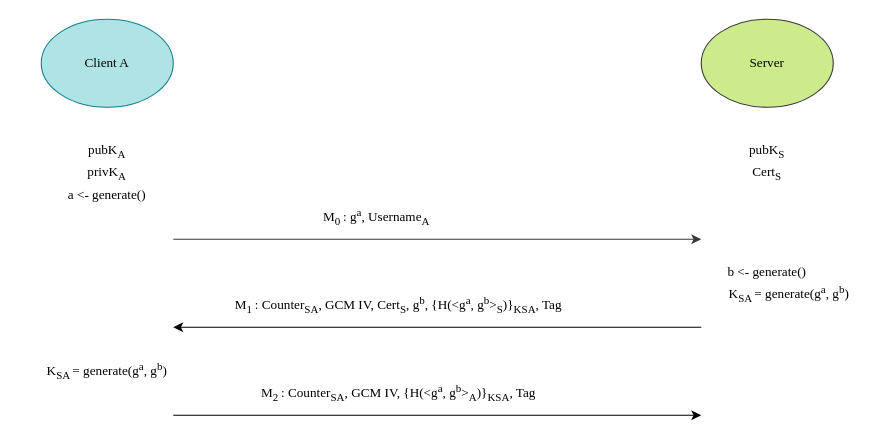
The draw.io diagram page "Log in" (1 of 8) of diagrams/detailled_protocols.drawio in sinagh72/FOC, before the edit. Source tidied: cells renumbered, new cells numbered last; positions are measured from the earlier drawing's top-left corner, leaving out a move shared by most shapes. Both pictures are drawn from the tidied source at 110%, with x=0, y=0 at pixel (19, 19).
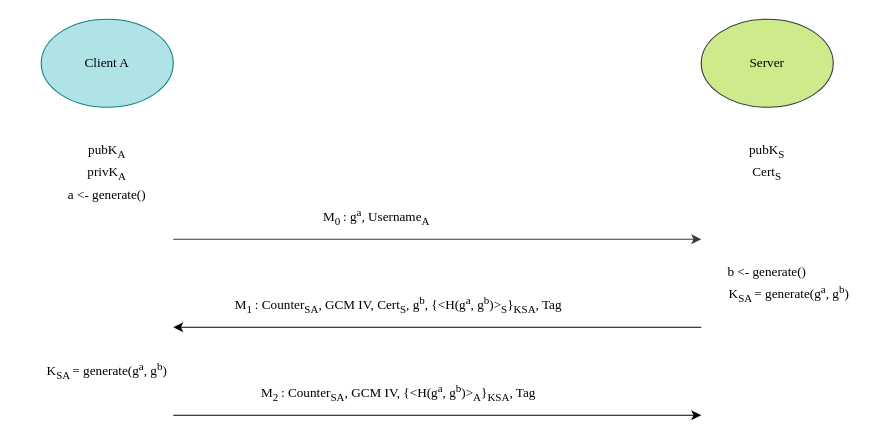
The same page after the edit.

Change to the diagram source:
```diff
@@
-    <mxCell id="14" value="M&lt;sub&gt;1 &lt;/sub&gt;: Counter&lt;sub&gt;SA&lt;/sub&gt;, GCM IV, Cert&lt;sub&gt;S&lt;/sub&gt;, g&lt;sup&gt;b&lt;/sup&gt;, {H(&amp;lt;g&lt;sup&gt;a&lt;/sup&gt;, g&lt;sup&gt;b&lt;/sup&gt;&amp;gt;&lt;sub&gt;S&lt;/sub&gt;)}&lt;sub&gt;KSA&lt;/sub&gt;, Tag" style="text;html=1;strokeColor=none;fillColor=none;align=center;verticalAlign=middle;whiteSpace=wrap;rounded=0;fontFamily=Times New Roman;" parent="1" vertex="1">
+    <mxCell id="14" value="M&lt;sub&gt;1 &lt;/sub&gt;: Counter&lt;sub&gt;SA&lt;/sub&gt;, GCM IV, Cert&lt;sub&gt;S&lt;/sub&gt;, g&lt;sup&gt;b&lt;/sup&gt;, {&amp;lt;H(g&lt;sup&gt;a&lt;/sup&gt;, g&lt;sup&gt;b&lt;/sup&gt;)&amp;gt;&lt;sub&gt;S&lt;/sub&gt;}&lt;sub&gt;KSA&lt;/sub&gt;, Tag" style="text;html=1;strokeColor=none;fillColor=none;align=center;verticalAlign=middle;whiteSpace=wrap;rounded=0;fontFamily=Times New Roman;" parent="1" vertex="1">
       <mxGeometry x="170" y="250" width="350" height="20" as="geometry" />
     </mxCell>
@@
-    <mxCell id="17" value="M&lt;sub&gt;2 &lt;/sub&gt;: Counter&lt;sub&gt;SA&lt;/sub&gt;, GCM IV, {H(&amp;lt;g&lt;sup&gt;a&lt;/sup&gt;, g&lt;sup&gt;b&lt;/sup&gt;&amp;gt;&lt;sub&gt;A&lt;/sub&gt;)}&lt;sub&gt;KSA&lt;/sub&gt;, Tag" style="text;html=1;strokeColor=none;fillColor=none;align=center;verticalAlign=middle;whiteSpace=wrap;rounded=0;fontFamily=Times New Roman;" parent="1" vertex="1">
+    <mxCell id="17" value="M&lt;sub&gt;2 &lt;/sub&gt;: Counter&lt;sub&gt;SA&lt;/sub&gt;, GCM IV, {&amp;lt;H(g&lt;sup&gt;a&lt;/sup&gt;, g&lt;sup&gt;b&lt;/sup&gt;)&amp;gt;&lt;sub&gt;A&lt;/sub&gt;}&lt;sub&gt;KSA&lt;/sub&gt;, Tag" style="text;html=1;strokeColor=none;fillColor=none;align=center;verticalAlign=middle;whiteSpace=wrap;rounded=0;fontFamily=Times New Roman;" parent="1" vertex="1">
       <mxGeometry x="170" y="330" width="350" height="20" as="geometry" />
     </mxCell>
```
